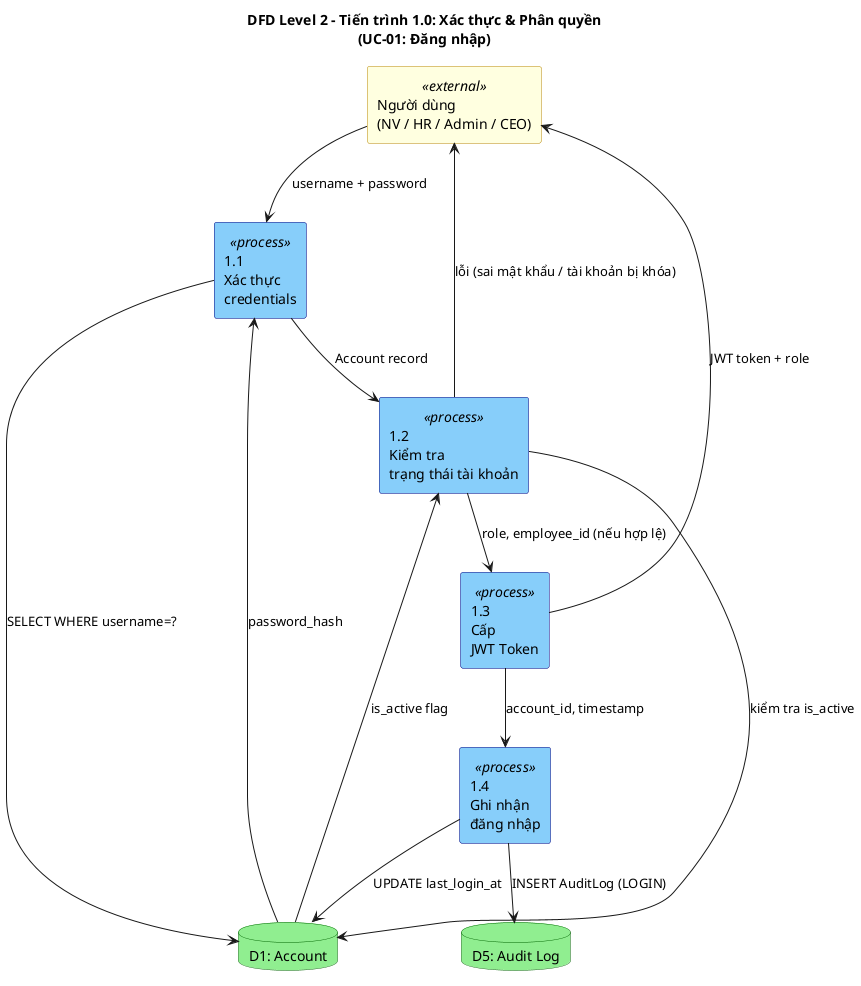
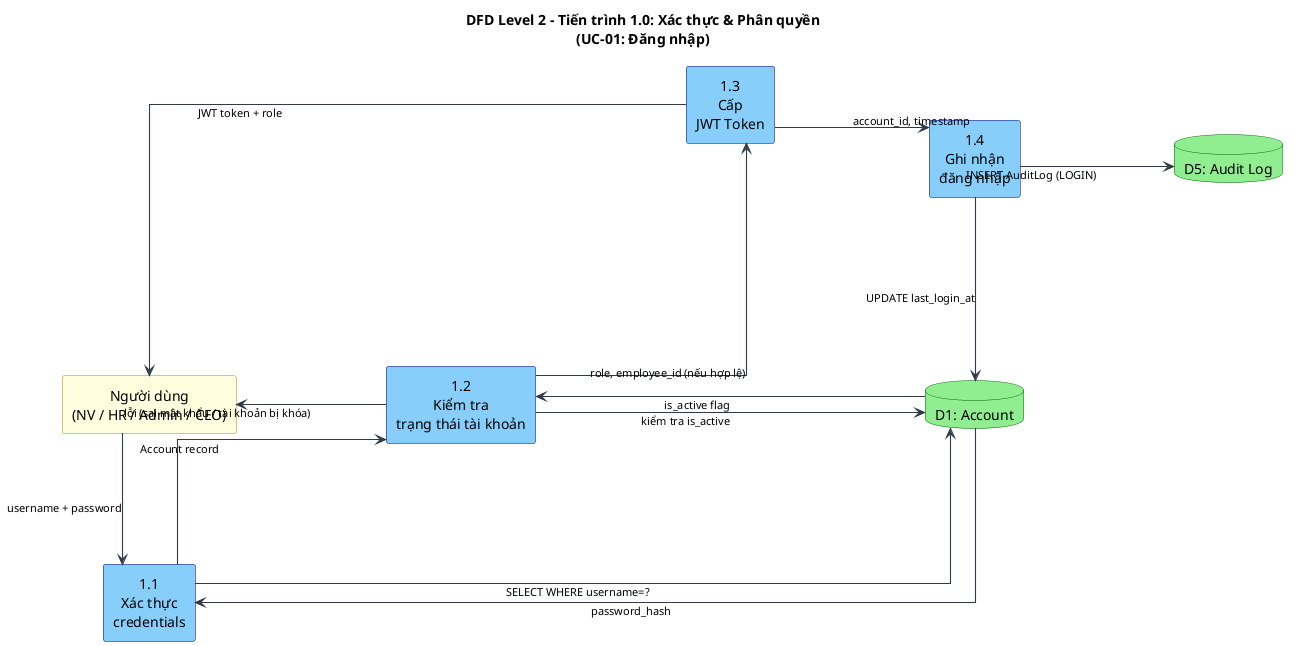
@startuml DFD_L2_Authentication
title DFD Level 2 – Tiến trình 1.0: Xác thực & Phân quyền\n(UC-01: Đăng nhập)
+ 
+ ' ===== Layout & readability =====
+ left to right direction
+ skinparam Shadowing false
+ skinparam linetype ortho
+ skinparam defaultTextAlignment center
+ skinparam ArrowColor #2F3B4A
+ skinparam ArrowThickness 1.1
+ skinparam ArrowFontSize 11
+ skinparam nodesep 130
+ skinparam ranksep 150
+ hide stereotype

skinparam rectangle {
  BackgroundColor<<external>> LightYellow
  BorderColor<<external>> DarkGoldenRod
}
skinparam rectangle {
  BackgroundColor<<process>> LightSkyBlue
  BorderColor<<process>> Navy
}
skinparam database {
  BackgroundColor LightGreen
  BorderColor DarkGreen
}

rectangle "Người dùng\n(NV / HR / Admin / CEO)" <<external>> as User

rectangle "1.1\nXác thực\ncredentials" <<process>> as P11
rectangle "1.2\nKiểm tra\ntrạng thái tài khoản" <<process>> as P12
rectangle "1.3\nCấp\nJWT Token" <<process>> as P13
rectangle "1.4\nGhi nhận\nđăng nhập" <<process>> as P14

database "D1: Account" as D1
database "D5: Audit Log" as D5

- User --> P11 : username + password
- P11 --> D1 : SELECT WHERE username=?
- D1 --> P11 : password_hash
+ ' ===== Position anchors (for cleaner layout) =====
+ User -[hidden]right-> P11
+ P11 -[hidden]down-> P12
+ P12 -[hidden]down-> P13
+ P13 -[hidden]down-> P14

- P11 --> P12 : Account record
- P12 --> D1 : kiểm tra is_active
- D1 --> P12 : is_active flag
+ P11 -[hidden]right-> D1
+ D1 -[hidden]down-> D5
+ P14 -[hidden]right-> D5

- P12 --> P13 : role, employee_id (nếu hợp lệ)
- P13 --> P14 : account_id, timestamp
- P13 --> User : JWT token + role
+ User -right-> P11 : username + password
+ P11 -right-> D1 : SELECT WHERE username=?
+ D1 -left-> P11 : password_hash

- P14 --> D1 : UPDATE last_login_at
- P14 --> D5 : INSERT AuditLog (LOGIN)
+ P11 -down-> P12 : Account record
+ P12 -right-> D1 : kiểm tra is_active
+ D1 -left-> P12 : is_active flag

- P12 --> User : lỗi (sai mật khẩu / tài khoản bị khóa)
+ P12 -down-> P13 : role, employee_id (nếu hợp lệ)
+ P13 -down-> P14 : account_id, timestamp
+ P13 -left-> User : JWT token + role
+ 
+ P14 -right-> D1 : UPDATE last_login_at
+ P14 -right-> D5 : INSERT AuditLog (LOGIN)
+ 
+ P12 -left-> User : lỗi (sai mật khẩu / tài khoản bị khóa)

@enduml
